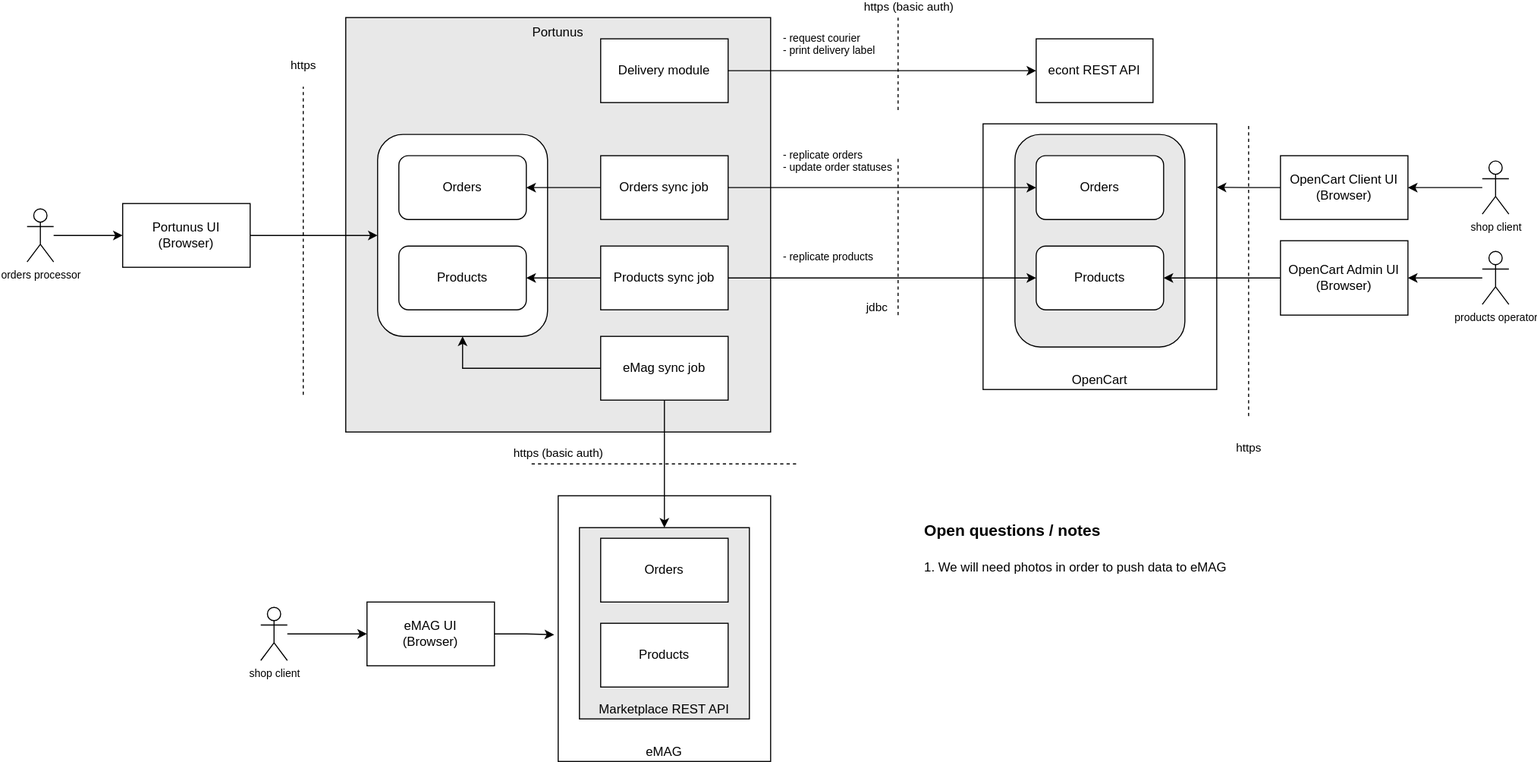
The draw.io diagram misc/design/portunus.svg in codbex/codbex-electra, before a commit. Source tidied: cells renumbered, new cells last; positions are measured from the earlier drawing's top-left corner, leaving out a move shared by most shapes. Source of this version:
```xml
<mxGraphModel>
  <root>
    <mxCell id="0" />
    <mxCell id="1" parent="0" />
    <mxCell id="2" value="eMAG" style="rounded=0;whiteSpace=wrap;html=1;verticalAlign=bottom;" parent="1" vertex="1">
      <mxGeometry x="500" y="450" width="200" height="250" as="geometry" />
    </mxCell>
    <mxCell id="3" value="Marketplace REST API" style="rounded=0;whiteSpace=wrap;html=1;verticalAlign=bottom;fillColor=#E8E8E8;" parent="1" vertex="1">
      <mxGeometry x="520" y="480" width="160" height="180" as="geometry" />
    </mxCell>
    <mxCell id="4" value="Orders" style="rounded=0;whiteSpace=wrap;html=1;" parent="1" vertex="1">
      <mxGeometry x="540" y="490" width="120" height="60" as="geometry" />
    </mxCell>
    <mxCell id="5" value="Products" style="rounded=0;whiteSpace=wrap;html=1;" parent="1" vertex="1">
      <mxGeometry x="540" y="570" width="120" height="60" as="geometry" />
    </mxCell>
    <mxCell id="6" value="Portunus" style="rounded=0;whiteSpace=wrap;html=1;verticalAlign=top;labelBackgroundColor=none;fillColor=#E8E8E8;strokeColor=default;gradientColor=none;" parent="1" vertex="1">
      <mxGeometry x="300" width="400" height="390" as="geometry" />
    </mxCell>
    <mxCell id="7" style="rounded=1;whiteSpace=wrap;html=1;verticalAlign=top;fillColor=default;" parent="1" vertex="1">
      <mxGeometry x="330" y="110" width="160" height="190" as="geometry" />
    </mxCell>
    <mxCell id="8" value="Products" style="rounded=1;whiteSpace=wrap;html=1;" parent="1" vertex="1">
      <mxGeometry x="350" y="215" width="120" height="60" as="geometry" />
    </mxCell>
    <mxCell id="9" value="Orders" style="rounded=1;whiteSpace=wrap;html=1;" parent="1" vertex="1">
      <mxGeometry x="350" y="130" width="120" height="60" as="geometry" />
    </mxCell>
    <mxCell id="10" value="OpenCart" style="rounded=0;whiteSpace=wrap;html=1;verticalAlign=bottom;" parent="1" vertex="1">
      <mxGeometry x="900" y="100" width="220" height="250" as="geometry" />
    </mxCell>
    <mxCell id="11" style="rounded=1;whiteSpace=wrap;html=1;verticalAlign=bottom;fillColor=#E8E8E8;" parent="1" vertex="1">
      <mxGeometry x="930" y="110" width="160" height="200" as="geometry" />
    </mxCell>
    <mxCell id="12" value="Products" style="rounded=1;whiteSpace=wrap;html=1;" parent="1" vertex="1">
      <mxGeometry x="950" y="215" width="120" height="60" as="geometry" />
    </mxCell>
    <mxCell id="13" value="Orders" style="rounded=1;whiteSpace=wrap;html=1;" parent="1" vertex="1">
      <mxGeometry x="950" y="130" width="120" height="60" as="geometry" />
    </mxCell>
    <mxCell id="14" value="OpenCart Client UI&lt;br&gt;(Browser)" style="rounded=0;whiteSpace=wrap;html=1;" parent="1" vertex="1">
      <mxGeometry x="1180" y="130" width="120" height="60" as="geometry" />
    </mxCell>
    <mxCell id="15" style="edgeStyle=orthogonalEdgeStyle;rounded=0;jettySize=auto;html=1;entryX=1;entryY=0.5;entryDx=0;entryDy=0;" parent="1" edge="1" source="16" target="18">
      <mxGeometry relative="1" as="geometry" />
    </mxCell>
    <mxCell id="16" value="products operator" style="shape=umlActor;verticalLabelPosition=bottom;verticalAlign=top;html=1;outlineConnect=0;fontSize=10;" parent="1" vertex="1">
      <mxGeometry x="1370" y="220" width="25" height="50" as="geometry" />
    </mxCell>
    <mxCell id="17" style="edgeStyle=orthogonalEdgeStyle;rounded=0;jettySize=auto;html=1;entryX=1;entryY=0.5;entryDx=0;entryDy=0;" parent="1" edge="1" source="18" target="12">
      <mxGeometry relative="1" as="geometry" />
    </mxCell>
    <mxCell id="18" value="OpenCart Admin UI&lt;br&gt;(Browser)" style="rounded=0;whiteSpace=wrap;html=1;" parent="1" vertex="1">
      <mxGeometry x="1180" y="210" width="120" height="70" as="geometry" />
    </mxCell>
    <mxCell id="19" style="edgeStyle=orthogonalEdgeStyle;rounded=0;jettySize=auto;html=1;entryX=1;entryY=0.5;entryDx=0;entryDy=0;" parent="1" edge="1" source="21" target="8">
      <mxGeometry relative="1" as="geometry" />
    </mxCell>
    <mxCell id="20" style="edgeStyle=orthogonalEdgeStyle;rounded=0;jettySize=auto;html=1;entryX=0;entryY=0.5;entryDx=0;entryDy=0;" parent="1" edge="1" source="21" target="12">
      <mxGeometry relative="1" as="geometry" />
    </mxCell>
    <mxCell id="21" value="Products sync job" style="rounded=0;whiteSpace=wrap;html=1;" parent="1" vertex="1">
      <mxGeometry x="540" y="215" width="120" height="60" as="geometry" />
    </mxCell>
    <mxCell id="22" style="edgeStyle=orthogonalEdgeStyle;rounded=0;jettySize=auto;html=1;entryX=0;entryY=0.5;entryDx=0;entryDy=0;" parent="1" edge="1" source="24" target="13">
      <mxGeometry x="0.09" y="20" relative="1" as="geometry" />
    </mxCell>
    <mxCell id="23" style="edgeStyle=orthogonalEdgeStyle;rounded=0;jettySize=auto;html=1;entryX=1;entryY=0.5;entryDx=0;entryDy=0;" parent="1" edge="1" source="24" target="9">
      <mxGeometry relative="1" as="geometry" />
    </mxCell>
    <mxCell id="24" value="Orders sync job" style="rounded=0;whiteSpace=wrap;html=1;" parent="1" vertex="1">
      <mxGeometry x="540" y="130" width="120" height="60" as="geometry" />
    </mxCell>
    <mxCell id="25" style="edgeStyle=orthogonalEdgeStyle;rounded=0;jettySize=auto;html=1;entryX=0.5;entryY=0;entryDx=0;entryDy=0;" parent="1" edge="1" source="27" target="3">
      <mxGeometry relative="1" as="geometry" />
    </mxCell>
    <mxCell id="26" style="edgeStyle=orthogonalEdgeStyle;rounded=0;jettySize=auto;html=1;entryX=0.5;entryY=1;entryDx=0;entryDy=0;" parent="1" edge="1" source="27" target="7">
      <mxGeometry relative="1" as="geometry" />
    </mxCell>
    <mxCell id="27" value="eMag sync job" style="rounded=0;whiteSpace=wrap;html=1;" parent="1" vertex="1">
      <mxGeometry x="540" y="300" width="120" height="60" as="geometry" />
    </mxCell>
    <mxCell id="28" style="edgeStyle=orthogonalEdgeStyle;rounded=0;jettySize=auto;html=1;entryX=0;entryY=0.5;entryDx=0;entryDy=0;" parent="1" edge="1" source="29" target="7">
      <mxGeometry relative="1" as="geometry" />
    </mxCell>
    <mxCell id="29" value="Portunus UI&lt;br&gt;(Browser)" style="rounded=0;whiteSpace=wrap;html=1;" parent="1" vertex="1">
      <mxGeometry x="90" y="175" width="120" height="60" as="geometry" />
    </mxCell>
    <mxCell id="30" value="https" style="endArrow=none;dashed=1;html=1;rounded=0;verticalAlign=middle;" parent="1" edge="1">
      <mxGeometry x="1" y="20" relative="1" as="geometry">
        <mxPoint x="260" y="355" as="sourcePoint" />
        <mxPoint x="260" y="65" as="targetPoint" />
        <mxPoint x="20" y="-20" as="offset" />
      </mxGeometry>
    </mxCell>
    <mxCell id="31" value="https" style="endArrow=none;dashed=1;html=1;rounded=0;verticalAlign=middle;" parent="1" edge="1">
      <mxGeometry x="-1" y="-30" relative="1" as="geometry">
        <mxPoint x="1150" y="375" as="sourcePoint" />
        <mxPoint x="1150" y="100" as="targetPoint" />
        <mxPoint x="-30" y="30" as="offset" />
      </mxGeometry>
    </mxCell>
    <mxCell id="32" value="jdbc" style="endArrow=none;dashed=1;html=1;rounded=0;verticalAlign=middle;" parent="1" edge="1">
      <mxGeometry x="-0.91" y="20" relative="1" as="geometry">
        <mxPoint x="820" y="280" as="sourcePoint" />
        <mxPoint x="820" y="130" as="targetPoint" />
      </mxGeometry>
    </mxCell>
    <mxCell id="33" value="https (basic auth)" style="endArrow=none;dashed=1;html=1;rounded=0;verticalAlign=middle;" parent="1" edge="1">
      <mxGeometry x="-0.8" y="10" relative="1" as="geometry">
        <mxPoint x="475" y="420" as="sourcePoint" />
        <mxPoint x="725" y="420" as="targetPoint" />
      </mxGeometry>
    </mxCell>
    <mxCell id="34" value="&lt;h1&gt;&lt;font style=&quot;font-size: 15px;&quot;&gt;Open questions / notes&lt;/font&gt;&lt;/h1&gt;&lt;p&gt;1. We will need photos in order to push data to eMAG&lt;/p&gt;&lt;p&gt;&lt;br&gt;&lt;/p&gt;" style="text;html=1;strokeColor=none;fillColor=none;spacing=5;spacingTop=-20;whiteSpace=wrap;overflow=hidden;rounded=0;" parent="1" vertex="1">
      <mxGeometry x="840" y="460" width="320" height="120" as="geometry" />
    </mxCell>
    <mxCell id="35" value="- replicate orders&lt;br style=&quot;font-size: 10px;&quot;&gt;&lt;div style=&quot;font-size: 10px;&quot;&gt;&lt;span style=&quot;background-color: initial; font-size: 10px;&quot;&gt;- update order statuses&lt;/span&gt;&lt;/div&gt;" style="text;html=1;strokeColor=none;fillColor=none;align=left;verticalAlign=middle;whiteSpace=wrap;rounded=0;fontSize=10;" parent="1" vertex="1">
      <mxGeometry x="710" y="120" width="130" height="30" as="geometry" />
    </mxCell>
    <mxCell id="36" value="- replicate products" style="text;html=1;strokeColor=none;fillColor=none;align=left;verticalAlign=middle;whiteSpace=wrap;rounded=0;fontSize=10;" parent="1" vertex="1">
      <mxGeometry x="710" y="210" width="100" height="30" as="geometry" />
    </mxCell>
    <mxCell id="37" value="eMAG UI&lt;br&gt;(Browser)" style="rounded=0;whiteSpace=wrap;html=1;" parent="1" vertex="1">
      <mxGeometry x="320" y="550" width="120" height="60" as="geometry" />
    </mxCell>
    <mxCell id="38" style="edgeStyle=orthogonalEdgeStyle;rounded=0;jettySize=auto;html=1;entryX=-0.019;entryY=0.523;entryDx=0;entryDy=0;entryPerimeter=0;" parent="1" edge="1" source="37" target="2">
      <mxGeometry relative="1" as="geometry" />
    </mxCell>
    <mxCell id="39" value="econt REST API" style="rounded=0;whiteSpace=wrap;html=1;" parent="1" vertex="1">
      <mxGeometry x="950" y="20" width="110" height="60" as="geometry" />
    </mxCell>
    <mxCell id="40" value="Delivery module" style="rounded=0;whiteSpace=wrap;html=1;" parent="1" vertex="1">
      <mxGeometry x="540" y="20" width="120" height="60" as="geometry" />
    </mxCell>
    <mxCell id="41" value="https (basic auth)" style="endArrow=none;dashed=1;html=1;rounded=0;verticalAlign=middle;" parent="1" edge="1">
      <mxGeometry x="-1" y="14" relative="1" as="geometry">
        <mxPoint x="820" as="sourcePoint" />
        <mxPoint x="820" y="90" as="targetPoint" />
        <mxPoint x="-4" y="-10" as="offset" />
      </mxGeometry>
    </mxCell>
    <mxCell id="42" style="edgeStyle=orthogonalEdgeStyle;rounded=0;jettySize=auto;html=1;entryX=1;entryY=0.239;entryDx=0;entryDy=0;entryPerimeter=0;" parent="1" edge="1" source="14" target="10">
      <mxGeometry relative="1" as="geometry" />
    </mxCell>
    <mxCell id="43" style="edgeStyle=orthogonalEdgeStyle;rounded=0;jettySize=auto;html=1;" parent="1" edge="1" source="40" target="39">
      <mxGeometry relative="1" as="geometry" />
    </mxCell>
    <mxCell id="44" value="- request courier&lt;br&gt;- print delivery label" style="text;html=1;strokeColor=none;fillColor=none;align=left;verticalAlign=middle;whiteSpace=wrap;rounded=0;fontSize=10;" parent="1" vertex="1">
      <mxGeometry x="710" y="10" width="130" height="30" as="geometry" />
    </mxCell>
    <mxCell id="45" style="edgeStyle=orthogonalEdgeStyle;rounded=0;jettySize=auto;html=1;entryX=1;entryY=0.5;entryDx=0;entryDy=0;" parent="1" edge="1" source="46" target="14">
      <mxGeometry relative="1" as="geometry" />
    </mxCell>
    <mxCell id="46" value="shop client" style="shape=umlActor;verticalLabelPosition=bottom;verticalAlign=top;html=1;outlineConnect=0;fontSize=10;" parent="1" vertex="1">
      <mxGeometry x="1370" y="135" width="25" height="50" as="geometry" />
    </mxCell>
    <mxCell id="47" style="edgeStyle=orthogonalEdgeStyle;rounded=0;jettySize=auto;html=1;" parent="1" edge="1" source="48" target="37">
      <mxGeometry relative="1" as="geometry" />
    </mxCell>
    <mxCell id="48" value="shop client" style="shape=umlActor;verticalLabelPosition=bottom;verticalAlign=top;html=1;outlineConnect=0;fontSize=10;" parent="1" vertex="1">
      <mxGeometry x="220" y="555" width="25" height="50" as="geometry" />
    </mxCell>
    <mxCell id="49" style="edgeStyle=orthogonalEdgeStyle;rounded=0;jettySize=auto;html=1;entryX=0;entryY=0.5;entryDx=0;entryDy=0;" parent="1" edge="1" source="50" target="29">
      <mxGeometry relative="1" as="geometry" />
    </mxCell>
    <mxCell id="50" value="orders processor" style="shape=umlActor;verticalLabelPosition=bottom;verticalAlign=top;html=1;outlineConnect=0;fontSize=10;" parent="1" vertex="1">
      <mxGeometry y="180" width="25" height="50" as="geometry" />
    </mxCell>
  </root>
</mxGraphModel>
```
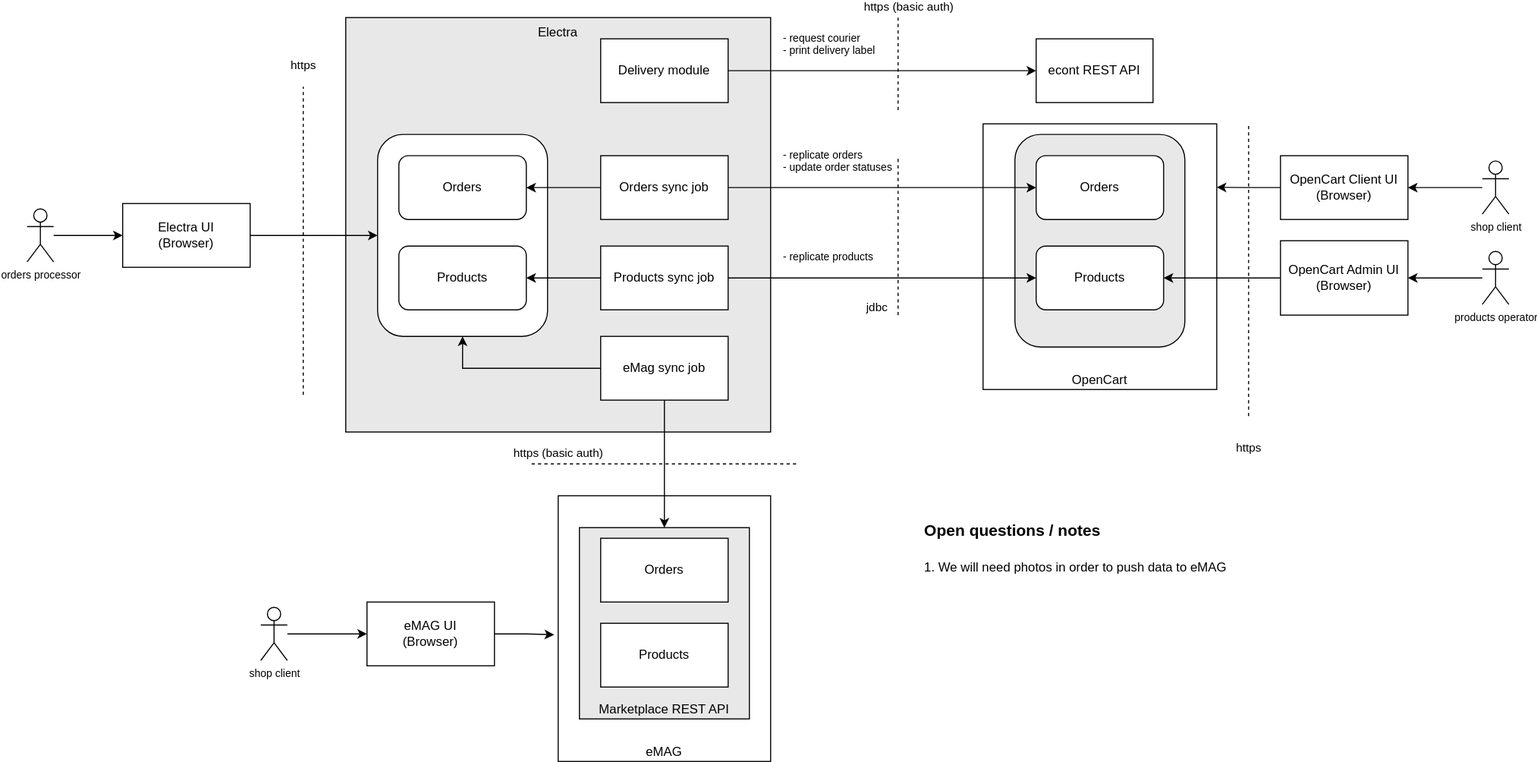
Later version of the same file.

Change to the diagram source:
```diff
@@ -14,7 +14,7 @@
     <mxCell id="5" value="Products" style="rounded=0;whiteSpace=wrap;html=1;" parent="1" vertex="1">
       <mxGeometry x="540" y="570" width="120" height="60" as="geometry" />
     </mxCell>
-    <mxCell id="6" value="Portunus" style="rounded=0;whiteSpace=wrap;html=1;verticalAlign=top;labelBackgroundColor=none;fillColor=#E8E8E8;strokeColor=default;gradientColor=none;" parent="1" vertex="1">
+    <mxCell id="6" value="Electra" style="rounded=0;whiteSpace=wrap;html=1;verticalAlign=top;labelBackgroundColor=none;fillColor=#E8E8E8;strokeColor=default;gradientColor=none;" parent="1" vertex="1">
       <mxGeometry x="300" width="400" height="390" as="geometry" />
     </mxCell>
     <mxCell id="7" style="rounded=1;whiteSpace=wrap;html=1;verticalAlign=top;fillColor=default;" parent="1" vertex="1">
@@ -83,7 +83,7 @@
     <mxCell id="28" style="edgeStyle=orthogonalEdgeStyle;rounded=0;jettySize=auto;html=1;entryX=0;entryY=0.5;entryDx=0;entryDy=0;" parent="1" edge="1" source="29" target="7">
       <mxGeometry relative="1" as="geometry" />
     </mxCell>
-    <mxCell id="29" value="Portunus UI&lt;br&gt;(Browser)" style="rounded=0;whiteSpace=wrap;html=1;" parent="1" vertex="1">
+    <mxCell id="29" value="Electra UI&lt;br&gt;(Browser)" style="rounded=0;whiteSpace=wrap;html=1;" parent="1" vertex="1">
       <mxGeometry x="90" y="175" width="120" height="60" as="geometry" />
     </mxCell>
     <mxCell id="30" value="https" style="endArrow=none;dashed=1;html=1;rounded=0;verticalAlign=middle;" parent="1" edge="1">
```
